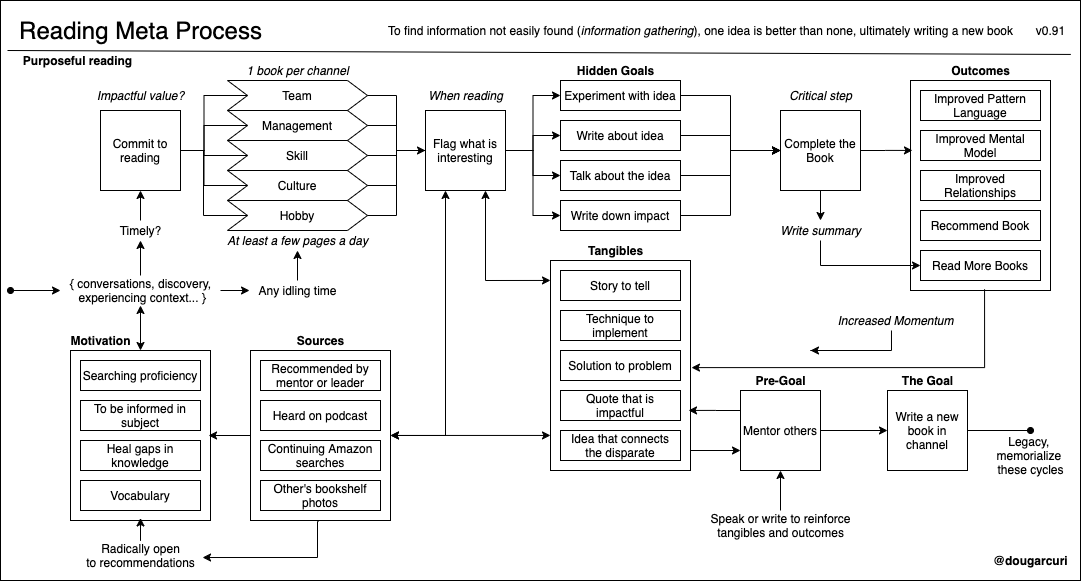
Before: books/diagrams/reading-process.png, a diagram exported from draw.io (solidi/learning-notes). Source tidied: cells renumbered, new cells last; positions are measured from the earlier drawing's top-left corner, leaving out a move shared by most shapes.
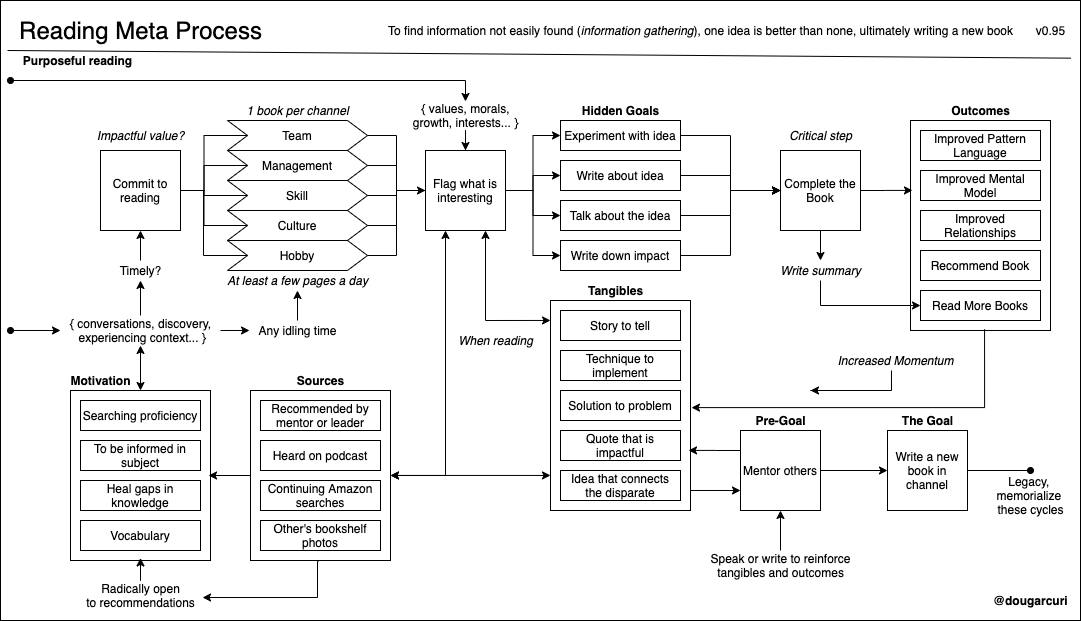
The same file after the commit.

Commit message:
Add values, morals, interests entry point

Diff of the diagram source:
```diff
@@ -6,7 +6,7 @@
       <mxGeometry x="70" y="350" width="140" height="170" as="geometry" />
     </mxCell>
     <mxCell id="3" style="rounded=0;whiteSpace=wrap;html=1;fillColor=none;" parent="1" vertex="1">
-      <mxGeometry width="1080" height="580" as="geometry" />
+      <mxGeometry y="-40" width="1080" height="620" as="geometry" />
     </mxCell>
     <mxCell id="4" style="edgeStyle=orthogonalEdgeStyle;rounded=0;jettySize=auto;html=1;entryX=1.007;entryY=0.51;entryDx=0;entryDy=0;entryPerimeter=0;startArrow=none;startFill=0;endArrow=classic;endFill=1;exitX=0.529;exitY=0.994;exitDx=0;exitDy=0;exitPerimeter=0;" parent="1" edge="1" source="5" target="7">
       <mxGeometry relative="1" as="geometry">
@@ -30,7 +30,7 @@
       <mxGeometry x="550" y="260" width="140" height="210" as="geometry" />
     </mxCell>
     <mxCell id="8" value="&lt;font style=&quot;font-size: 24px&quot;&gt;Reading Meta Process&lt;/font&gt;" style="text;html=1;align=center;verticalAlign=middle;" parent="1" vertex="1">
-      <mxGeometry x="10" y="20" width="260" height="20" as="geometry" />
+      <mxGeometry x="10" y="-20" width="260" height="20" as="geometry" />
     </mxCell>
     <mxCell id="9" style="edgeStyle=orthogonalEdgeStyle;rounded=0;jettySize=auto;html=1;exitX=1;exitY=0.5;exitDx=0;exitDy=0;entryX=0;entryY=0.5;entryDx=0;entryDy=0;startArrow=none;startFill=0;endArrow=none;endFill=0;" parent="1" edge="1" source="14" target="48">
       <mxGeometry relative="1" as="geometry" />
@@ -57,13 +57,13 @@
       <mxGeometry x="100" y="110" width="80" height="80" as="geometry" />
     </mxCell>
     <mxCell id="15" value="To find information not easily found (&lt;i&gt;information gathering&lt;/i&gt;), one idea is better than none, ultimately writing a new book" style="text;html=1;align=center;verticalAlign=middle;" parent="1" vertex="1">
-      <mxGeometry x="380" y="20" width="640" height="20" as="geometry" />
+      <mxGeometry x="380" y="-20" width="640" height="20" as="geometry" />
     </mxCell>
     <mxCell id="16" style="edgeStyle=orthogonalEdgeStyle;rounded=0;jettySize=auto;html=1;exitX=1;exitY=0.5;exitDx=0;exitDy=0;entryX=0;entryY=0.5;entryDx=0;entryDy=0;" parent="1" edge="1" source="48" target="23">
       <mxGeometry relative="1" as="geometry" />
     </mxCell>
     <mxCell id="17" value="&lt;b&gt;Purposeful reading&lt;/b&gt;" style="text;html=1;align=center;verticalAlign=middle;" parent="1" vertex="1">
-      <mxGeometry x="17" y="50" width="120" height="20" as="geometry" />
+      <mxGeometry x="17" y="10" width="120" height="20" as="geometry" />
     </mxCell>
     <mxCell id="18" style="edgeStyle=orthogonalEdgeStyle;rounded=0;jettySize=auto;html=1;exitX=1;exitY=0.5;exitDx=0;exitDy=0;entryX=0;entryY=0.5;entryDx=0;entryDy=0;endArrow=classic;endFill=1;" parent="1" edge="1" source="23" target="25">
       <mxGeometry relative="1" as="geometry" />
@@ -95,15 +95,15 @@
     <mxCell id="27" value="Write about idea" style="rounded=0;whiteSpace=wrap;html=1;" parent="1" vertex="1">
       <mxGeometry x="560" y="120" width="120" height="30" as="geometry" />
     </mxCell>
-    <mxCell id="28" value="v0.91" style="text;html=1;align=center;verticalAlign=middle;" parent="1" vertex="1">
-      <mxGeometry x="1030" y="20" width="40" height="20" as="geometry" />
+    <mxCell id="28" value="v0.95" style="text;html=1;align=center;verticalAlign=middle;" parent="1" vertex="1">
+      <mxGeometry x="1030" y="-20" width="40" height="20" as="geometry" />
     </mxCell>
     <mxCell id="29" value="&lt;b&gt;@dougarcuri&lt;/b&gt;" style="text;html=1;align=center;verticalAlign=middle;" parent="1" vertex="1">
       <mxGeometry x="985" y="550" width="90" height="20" as="geometry" />
     </mxCell>
     <mxCell id="30" style="endArrow=none;html=1;entryX=0.991;entryY=0.093;entryDx=0;entryDy=0;entryPerimeter=0;" parent="1" edge="1" target="3">
       <mxGeometry relative="1" as="geometry">
-        <mxPoint x="7" y="50" as="sourcePoint" />
+        <mxPoint x="7" y="10" as="sourcePoint" />
       </mxGeometry>
     </mxCell>
     <mxCell id="31" style="edgeStyle=orthogonalEdgeStyle;rounded=0;jettySize=auto;html=1;exitX=1;exitY=0.5;exitDx=0;exitDy=0;entryX=0;entryY=0.5;entryDx=0;entryDy=0;endArrow=classic;endFill=1;" parent="1" edge="1" source="32" target="47">
@@ -258,10 +258,10 @@
       <mxGeometry x="260" y="440" width="120" height="30" as="geometry" />
     </mxCell>
     <mxCell id="77" value="&lt;b&gt;Hidden Goals&lt;/b&gt;" style="text;html=1;align=center;verticalAlign=middle;" parent="1" vertex="1">
-      <mxGeometry x="570" y="60" width="90" height="20" as="geometry" />
+      <mxGeometry x="575" y="60" width="90" height="20" as="geometry" />
     </mxCell>
     <mxCell id="78" value="&lt;i&gt;When reading&lt;/i&gt;" style="text;html=1;align=center;verticalAlign=middle;" parent="1" vertex="1">
-      <mxGeometry x="420" y="85" width="90" height="20" as="geometry" />
+      <mxGeometry x="450" y="290" width="90" height="20" as="geometry" />
     </mxCell>
     <mxCell id="79" style="edgeStyle=orthogonalEdgeStyle;rounded=0;jettySize=auto;html=1;entryX=0.5;entryY=1;entryDx=0;entryDy=0;startArrow=none;startFill=0;endArrow=classic;endFill=1;" parent="1" edge="1" source="102" target="14">
       <mxGeometry relative="1" as="geometry" />
@@ -347,5 +347,19 @@
     <mxCell id="104" value="&lt;i&gt;Write summary&lt;/i&gt;" style="text;html=1;align=center;verticalAlign=middle;points=[];" parent="1" vertex="1">
       <mxGeometry x="770" y="220" width="100" height="20" as="geometry" />
     </mxCell>
+    <mxCell id="105" style="edgeStyle=orthogonalEdgeStyle;rounded=0;jettySize=auto;html=1;entryX=0.5;entryY=0;entryDx=0;entryDy=0;startArrow=none;startFill=0;endArrow=classic;endFill=1;" parent="1" edge="1" source="106" target="23">
+      <mxGeometry relative="1" as="geometry" />
+    </mxCell>
+    <mxCell id="106" value="{ values, morals,&lt;br&gt;growth, interests... }" style="text;html=1;align=center;verticalAlign=middle;points=[];" parent="1" vertex="1">
+      <mxGeometry x="405" y="60" width="120" height="30" as="geometry" />
+    </mxCell>
+    <mxCell id="107" style="edgeStyle=orthogonalEdgeStyle;rounded=0;jettySize=auto;html=1;startArrow=classic;startFill=1;endArrow=oval;endFill=1;exitX=0.5;exitY=0.033;exitDx=0;exitDy=0;exitPerimeter=0;" parent="1" edge="1" source="106">
+      <mxGeometry relative="1" as="geometry">
+        <mxPoint x="10" y="40" as="targetPoint" />
+        <Array as="points">
+          <mxPoint x="465" y="40" />
+        </Array>
+      </mxGeometry>
+    </mxCell>
   </root>
 </mxGraphModel>
```
